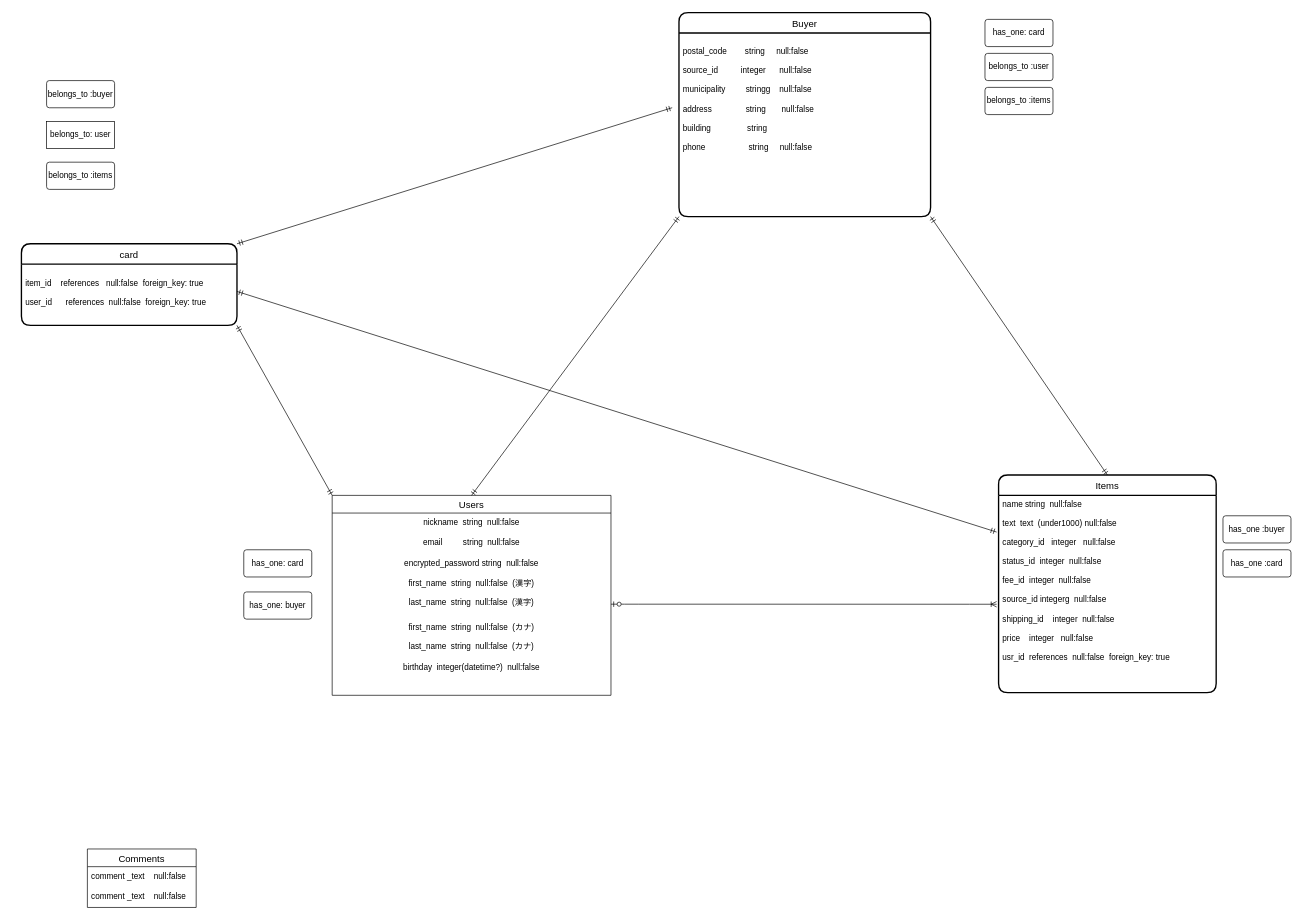
Above: furima-ER.dio in tomuyamukun/furima-32069 (draw.io), before the change. Source tidied: cells renumbered, new cells numbered last; positions are measured from the earlier drawing's top-left corner, leaving out a move shared by most shapes. Both pictures are drawn from the tidied source at 68%, with x=0, y=0 at pixel (21, 12).
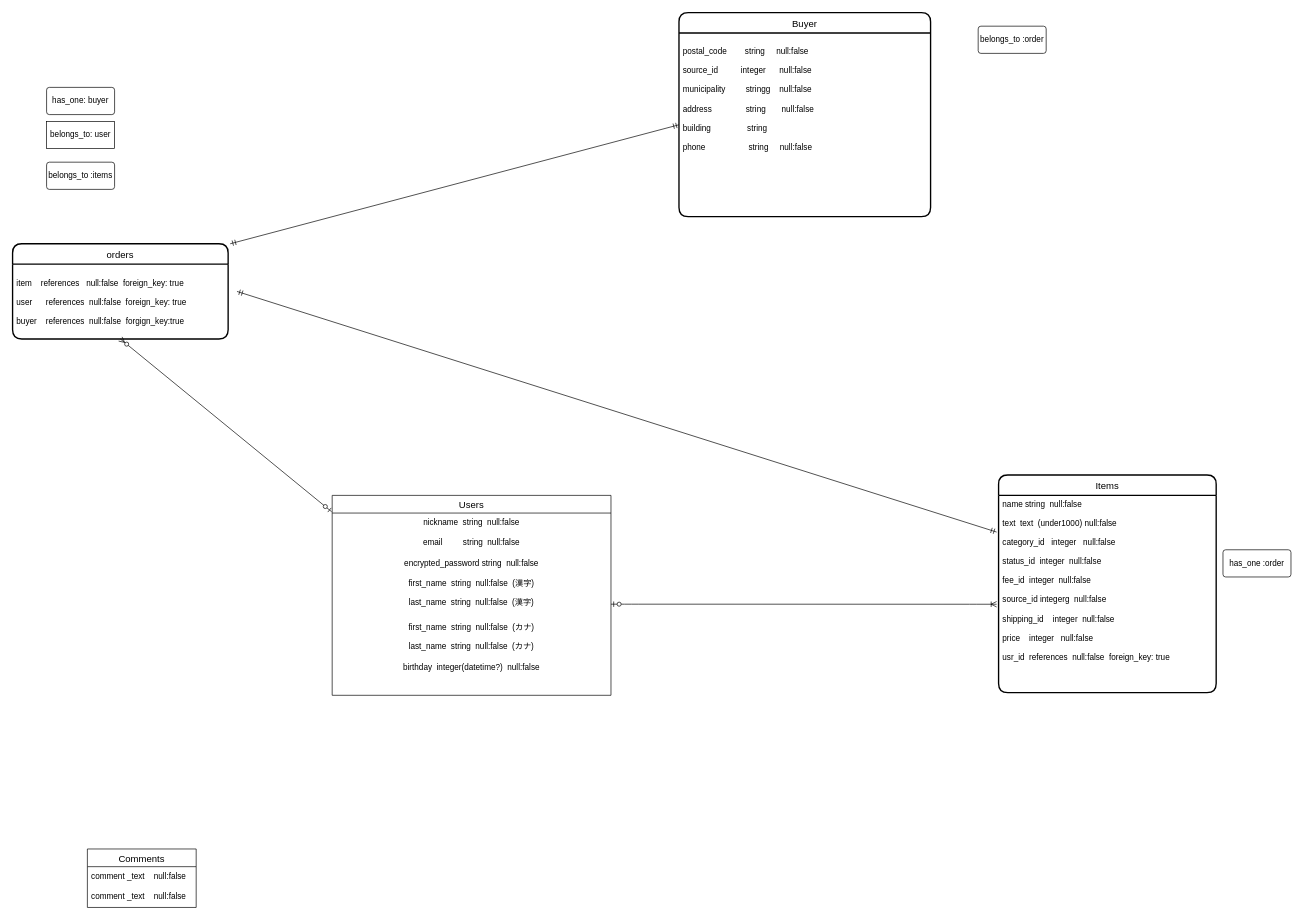
Above is the later version.

The change refers to these unchanged cells:
```xml
<mxCell id="8" value="Users" style="swimlane;fontStyle=0;horizontal=1;startSize=26;align=center;fontSize=14;" parent="1" vertex="1">
  <mxGeometry x="457" y="710" width="410" height="294" as="geometry" />
</mxCell>
<mxCell id="9" value="nickname  string  null:false" style="text;strokeColor=none;fillColor=none;spacingLeft=4;spacingRight=4;overflow=hidden;points=[[0,0.5],[1,0.5]];portConstraint=eastwest;fontSize=12;align=center;fontStyle=0;labelBorderColor=none;" parent="8" vertex="1">
  <mxGeometry y="26" width="410" height="30" as="geometry" />
</mxCell>
<mxCell id="15" value="Items" style="swimlane;horizontal=1;startSize=30;rounded=1;fontSize=14;fontStyle=0;strokeWidth=2;shadow=0;dashed=0;align=center;" parent="1" vertex="1">
  <mxGeometry x="1437" y="680" width="320" height="320" as="geometry" />
</mxCell>
<mxCell id="34" value="&#10;postal_code        string     null:false&#10;&#10;source_id          integer      null:false&#10;&#10;municipality         stringg    null:false&#10;&#10;address               string       null:false&#10;&#10;building                string&#10;&#10;phone                   string     null:false&#10;" style="align=left;strokeColor=none;fillColor=none;spacingLeft=4;fontSize=12;verticalAlign=top;" parent="33" vertex="1">
  <mxGeometry y="30" width="370" height="270" as="geometry" />
</mxCell>
```

The edit, as a diff of the source:
```diff
@@
-    <mxCell id="2" value="has_one :buyer" style="rounded=1;arcSize=10;whiteSpace=wrap;html=1;align=center;" parent="1" vertex="1">
-      <mxGeometry x="1767" y="740" width="100" height="40" as="geometry" />
-    </mxCell>
-    <mxCell id="3" value="belongs_to :items" style="rounded=1;arcSize=10;whiteSpace=wrap;html=1;align=center;" parent="1" vertex="1">
-      <mxGeometry x="1417" y="110" width="100" height="40" as="geometry" />
-    </mxCell>
@@
-    <mxCell id="18" style="fontSize=12;html=1;endArrow=ERmandOne;startArrow=ERmandOne;exitX=0.5;exitY=0;exitDx=0;exitDy=0;entryX=0;entryY=1;entryDx=0;entryDy=0;" parent="1" edge="1" source="8" target="34">
-      <mxGeometry relative="1" as="geometry" />
-    </mxCell>
-    <mxCell id="19" value="belongs_to :user" style="rounded=1;arcSize=10;whiteSpace=wrap;html=1;align=center;" parent="1" vertex="1">
-      <mxGeometry x="1417" y="60" width="100" height="40" as="geometry" />
-    </mxCell>
-    <mxCell id="20" value="has_one: buyer" style="rounded=1;arcSize=10;whiteSpace=wrap;html=1;align=center;" parent="1" vertex="1">
-      <mxGeometry x="327" y="852" width="100" height="40" as="geometry" />
-    </mxCell>
-    <mxCell id="21" style="fontSize=12;html=1;endArrow=ERmandOne;startArrow=ERmandOne;entryX=0.5;entryY=0;entryDx=0;entryDy=0;exitX=1;exitY=1;exitDx=0;exitDy=0;" parent="1" edge="1" source="34" target="15">
-      <mxGeometry relative="1" as="geometry" />
-    </mxCell>
-    <mxCell id="22" value="card" style="swimlane;horizontal=1;startSize=30;rounded=1;fontSize=14;fontStyle=0;strokeWidth=2;shadow=0;dashed=0;align=center;" parent="1" vertex="1">
-      <mxGeometry y="340" width="317" height="120" as="geometry" />
-    </mxCell>
-    <mxCell id="23" value="&#10;item_id    references   null:false  foreign_key: true&#10;&#10;user_id      references  null:false  foreign_key: true    " style="align=left;strokeColor=none;fillColor=none;spacingLeft=4;fontSize=12;verticalAlign=top;" parent="22" vertex="1">
-      <mxGeometry y="30" width="317" height="90" as="geometry" />
-    </mxCell>
-    <mxCell id="24" style="fontSize=12;html=1;endArrow=ERmandOne;startArrow=ERmandOne;exitX=0;exitY=0;exitDx=0;exitDy=0;entryX=1;entryY=1;entryDx=0;entryDy=0;" parent="1" edge="1" source="8" target="23">
-      <mxGeometry relative="1" as="geometry" />
-    </mxCell>
-    <mxCell id="25" value="has_one: card" style="rounded=1;arcSize=10;whiteSpace=wrap;html=1;align=center;" parent="1" vertex="1">
-      <mxGeometry x="327" y="790" width="100" height="40" as="geometry" />
-    </mxCell>
@@
-    <mxCell id="28" value="belongs_to :buyer" style="rounded=1;arcSize=10;whiteSpace=wrap;html=1;align=center;" parent="1" vertex="1">
-      <mxGeometry x="37" y="100" width="100" height="40" as="geometry" />
+    <mxCell id="28" value="belongs_to :order" style="rounded=1;arcSize=10;whiteSpace=wrap;html=1;align=center;" parent="1" vertex="1">
+      <mxGeometry x="1407" y="20" width="100" height="40" as="geometry" />
     </mxCell>
-    <mxCell id="29" style="fontSize=12;html=1;endArrow=ERmandOne;startArrow=ERmandOne;exitX=-0.027;exitY=0.407;exitDx=0;exitDy=0;entryX=1;entryY=1;entryDx=0;entryDy=0;exitPerimeter=0;" parent="1" edge="1" source="34">
-      <mxGeometry relative="1" as="geometry">
-        <mxPoint x="317" y="340" as="targetPoint" />
-      </mxGeometry>
-    </mxCell>
-    <mxCell id="30" value="has_one: card" style="rounded=1;arcSize=10;whiteSpace=wrap;html=1;align=center;" parent="1" vertex="1">
-      <mxGeometry x="1417" y="10" width="100" height="40" as="geometry" />
-    </mxCell>
@@
-    <mxCell id="32" value="has_one :card" style="rounded=1;arcSize=10;whiteSpace=wrap;html=1;align=center;" parent="1" vertex="1">
+    <mxCell id="32" value="has_one :order" style="rounded=1;arcSize=10;whiteSpace=wrap;html=1;align=center;" parent="1" vertex="1">
       <mxGeometry x="1767" y="790" width="100" height="40" as="geometry" />
     </mxCell>
@@
+    <mxCell id="22" value="orders" style="swimlane;horizontal=1;startSize=30;rounded=1;fontSize=14;fontStyle=0;strokeWidth=2;shadow=0;dashed=0;align=center;" parent="1" vertex="1">
+      <mxGeometry x="-13" y="340" width="317" height="140" as="geometry" />
+    </mxCell>
+    <mxCell id="23" value="&#10;item    references   null:false  foreign_key: true&#10;&#10;user      references  null:false  foreign_key: true    &#10;&#10;buyer    references  null:false  forgign_key:true" style="align=left;strokeColor=none;fillColor=none;spacingLeft=4;fontSize=12;verticalAlign=top;" parent="22" vertex="1">
+      <mxGeometry y="30" width="317" height="110" as="geometry" />
+    </mxCell>
+    <mxCell id="35" style="fontSize=12;html=1;endArrow=ERmandOne;startArrow=ERmandOne;entryX=0;entryY=0.5;entryDx=0;entryDy=0;" parent="1" edge="1" target="34">
+      <mxGeometry relative="1" as="geometry">
+        <mxPoint x="307" y="340" as="sourcePoint" />
+      </mxGeometry>
+    </mxCell>
+    <mxCell id="20" value="has_one: buyer" style="rounded=1;arcSize=10;whiteSpace=wrap;html=1;align=center;" parent="1" vertex="1">
+      <mxGeometry x="37" y="110" width="100" height="40" as="geometry" />
+    </mxCell>
+    <mxCell id="36" style="fontSize=12;html=1;endArrow=ERzeroToMany;startArrow=ERzeroToOne;entryX=0.5;entryY=1;entryDx=0;entryDy=0;exitX=-0.002;exitY=-0.067;exitDx=0;exitDy=0;exitPerimeter=0;" parent="1" edge="1" source="9" target="23">
+      <mxGeometry relative="1" as="geometry" />
+    </mxCell>
```
